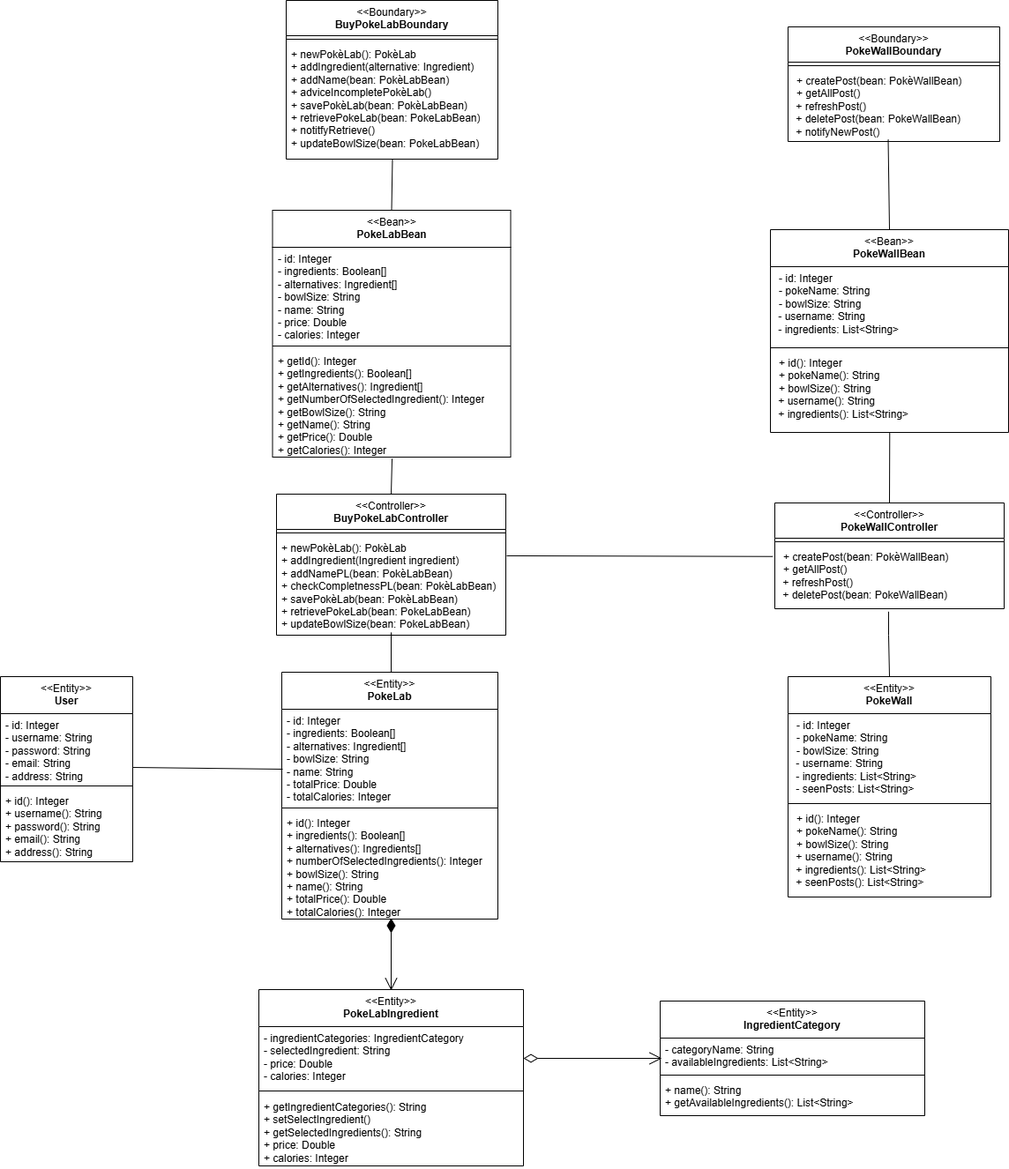
This is diagrams/BCE.drawio.png from matteopinfildi/YourPoke-ISPWProject, a draw.io export, as it was before one commit. Source tidied: cells renumbered, new cells last; positions are measured from the earlier drawing's top-left corner, leaving out a move shared by most shapes.
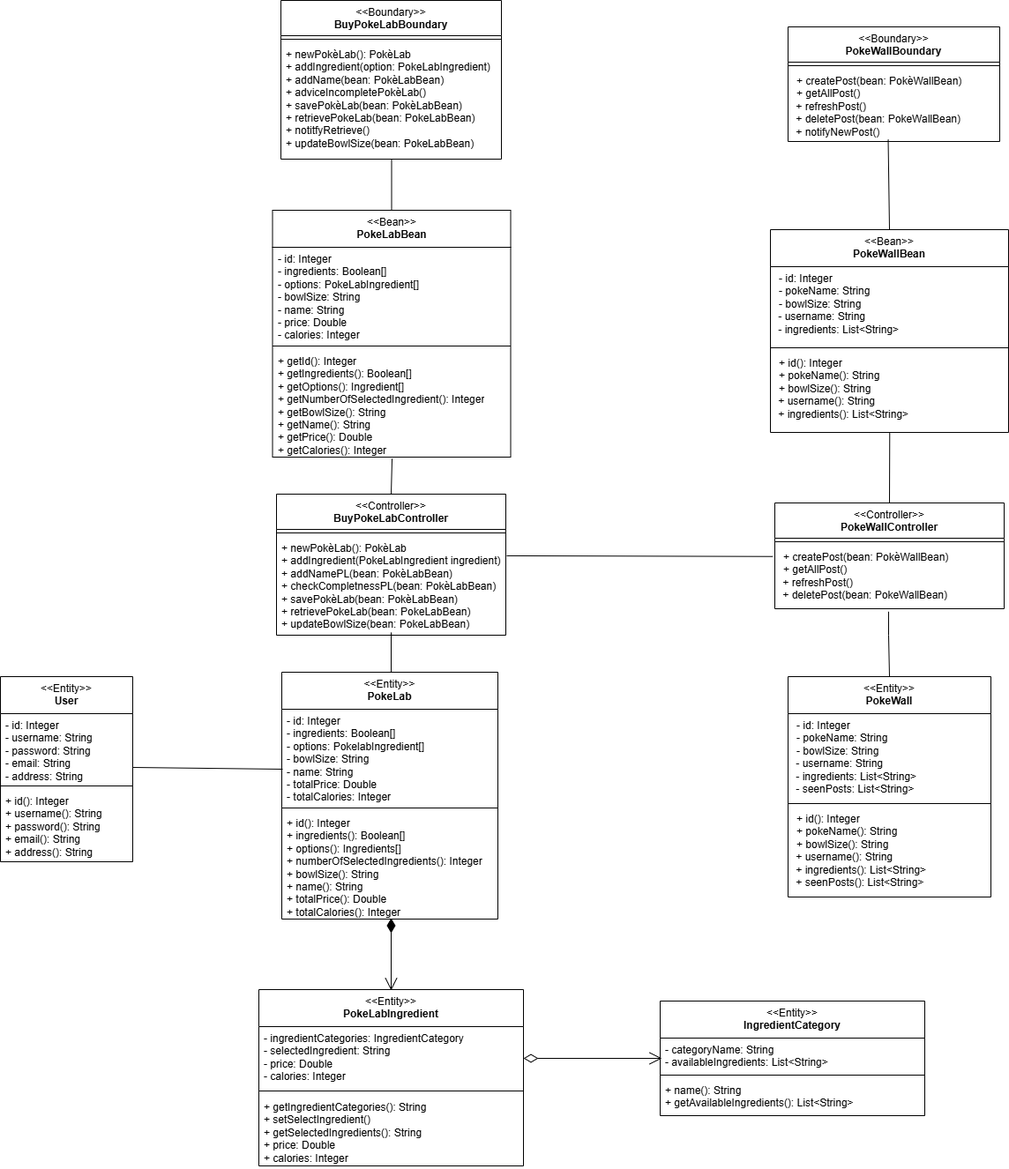
The same diagram one commit later.

The edit, as a diff of the source:
```diff
@@ -3,13 +3,13 @@
     <mxCell id="0" />
     <mxCell id="1" parent="0" />
     <mxCell id="2" value="&lt;div&gt;&lt;span style=&quot;font-weight: normal;&quot;&gt;&amp;lt;&amp;lt;Boundary&amp;gt;&amp;gt;&lt;/span&gt;&lt;/div&gt;BuyPokeLabBoundary" style="swimlane;fontStyle=1;align=center;verticalAlign=top;horizontal=1;startSize=40;whiteSpace=wrap;html=1;" parent="1" vertex="1">
-      <mxGeometry x="324" width="240" height="180" as="geometry" />
+      <mxGeometry x="318" width="250" height="180" as="geometry" />
     </mxCell>
     <mxCell id="3" style="line;strokeWidth=1;fillColor=none;align=left;verticalAlign=middle;spacingTop=-1;spacingLeft=3;spacingRight=3;labelPosition=right;strokeColor=inherit;" parent="2" vertex="1">
-      <mxGeometry y="40" width="240" height="8" as="geometry" />
+      <mxGeometry y="40" width="250" height="8" as="geometry" />
     </mxCell>
-    <mxCell id="4" value="&lt;div&gt;+ newPokèLab(): PokèLab&lt;/div&gt;&lt;div&gt;+ addIngredient(alternative: Ingredient)&lt;/div&gt;&lt;div&gt;+ addName(bean: PokèLabBean)&lt;/div&gt;&lt;div&gt;+ adviceIncompletePokèLab()&lt;/div&gt;&lt;div&gt;+ savePokèLab(bean: PokèLabBean)&lt;/div&gt;&lt;div&gt;+ retrievePokeLab(bean: PokeLabBean)&lt;/div&gt;&lt;div&gt;+ notitfyRetrieve()&lt;/div&gt;&lt;div&gt;+ updateBowlSize(bean: PokeLabBean)&lt;/div&gt;" style="text;strokeColor=none;fillColor=none;align=left;verticalAlign=top;spacingLeft=4;spacingRight=4;overflow=hidden;points=[[0,0.5],[1,0.5]];portConstraint=eastwest;whiteSpace=wrap;html=1;" parent="2" vertex="1">
-      <mxGeometry y="48" width="240" height="132" as="geometry" />
+    <mxCell id="4" value="&lt;div&gt;+ newPokèLab(): PokèLab&lt;/div&gt;&lt;div&gt;+ addIngredient(option: PokeLabIngredient)&lt;/div&gt;&lt;div&gt;+ addName(bean: PokèLabBean)&lt;/div&gt;&lt;div&gt;+ adviceIncompletePokèLab()&lt;/div&gt;&lt;div&gt;+ savePokèLab(bean: PokèLabBean)&lt;/div&gt;&lt;div&gt;+ retrievePokeLab(bean: PokeLabBean)&lt;/div&gt;&lt;div&gt;+ notitfyRetrieve()&lt;/div&gt;&lt;div&gt;+ updateBowlSize(bean: PokeLabBean)&lt;/div&gt;" style="text;strokeColor=none;fillColor=none;align=left;verticalAlign=top;spacingLeft=4;spacingRight=4;overflow=hidden;points=[[0,0.5],[1,0.5]];portConstraint=eastwest;whiteSpace=wrap;html=1;" parent="2" vertex="1">
+      <mxGeometry y="48" width="250" height="132" as="geometry" />
     </mxCell>
     <mxCell id="5" style="endArrow=none;html=1;rounded=0;exitX=0.502;exitY=1.004;exitDx=0;exitDy=0;exitPerimeter=0;entryX=0.5;entryY=0;entryDx=0;entryDy=0;" parent="1" edge="1" source="4" target="30">
       <mxGeometry relative="1" as="geometry" />
@@ -23,7 +23,7 @@
     <mxCell id="8" style="line;strokeWidth=1;fillColor=none;align=left;verticalAlign=middle;spacingTop=-1;spacingLeft=3;spacingRight=3;labelPosition=right;strokeColor=inherit;" parent="7" vertex="1">
       <mxGeometry y="40" width="260" height="8" as="geometry" />
     </mxCell>
-    <mxCell id="9" value="+ newPokèLab(): PokèLab&lt;div&gt;+ addIngredient(Ingredient ingredient)&lt;/div&gt;&lt;div&gt;+ addNamePL(bean: PokèLabBean)&lt;/div&gt;&lt;div&gt;+ checkCompletnessPL(&lt;span style=&quot;background-color: transparent; color: light-dark(rgb(0, 0, 0), rgb(255, 255, 255));&quot;&gt;bean: PokèLabBean)&lt;/span&gt;&lt;/div&gt;&lt;div&gt;+ savePokèLab(bean: PokèLabBean)&lt;/div&gt;&lt;div&gt;+ retrievePokeLab(bean: PokeLabBean)&lt;/div&gt;&lt;div&gt;+ updateBowlSize(bean: PokeLabBean)&lt;/div&gt;&lt;div&gt;&lt;br&gt;&lt;/div&gt;" style="text;strokeColor=none;fillColor=none;align=left;verticalAlign=top;spacingLeft=4;spacingRight=4;overflow=hidden;points=[[0,0.5],[1,0.5]];portConstraint=eastwest;whiteSpace=wrap;html=1;" parent="7" vertex="1">
+    <mxCell id="9" value="+ newPokèLab(): PokèLab&lt;div&gt;+ addIngredient(PokeLabIngredient ingredient)&lt;/div&gt;&lt;div&gt;+ addNamePL(bean: PokèLabBean)&lt;/div&gt;&lt;div&gt;+ checkCompletnessPL(&lt;span style=&quot;background-color: transparent; color: light-dark(rgb(0, 0, 0), rgb(255, 255, 255));&quot;&gt;bean: PokèLabBean)&lt;/span&gt;&lt;/div&gt;&lt;div&gt;+ savePokèLab(bean: PokèLabBean)&lt;/div&gt;&lt;div&gt;+ retrievePokeLab(bean: PokeLabBean)&lt;/div&gt;&lt;div&gt;+ updateBowlSize(bean: PokeLabBean)&lt;/div&gt;&lt;div&gt;&lt;br&gt;&lt;/div&gt;" style="text;strokeColor=none;fillColor=none;align=left;verticalAlign=top;spacingLeft=4;spacingRight=4;overflow=hidden;points=[[0,0.5],[1,0.5]];portConstraint=eastwest;whiteSpace=wrap;html=1;" parent="7" vertex="1">
       <mxGeometry y="48" width="260" height="112" as="geometry" />
     </mxCell>
     <mxCell id="10" value="&lt;div&gt;&lt;span style=&quot;font-weight: normal;&quot;&gt;&amp;lt;&amp;lt;Controller&amp;gt;&amp;gt;&lt;/span&gt;&lt;/div&gt;PokeWallController" style="swimlane;fontStyle=1;align=center;verticalAlign=top;horizontal=1;startSize=40;whiteSpace=wrap;html=1;" parent="1" vertex="1">
@@ -53,13 +53,13 @@
     <mxCell id="16" value="&lt;div&gt;&lt;span style=&quot;font-weight: 400;&quot;&gt;&amp;lt;&amp;lt;Entity&amp;gt;&amp;gt;&lt;/span&gt;&lt;br&gt;&lt;/div&gt;PokeLab" style="swimlane;fontStyle=1;align=center;verticalAlign=top;horizontal=1;startSize=42;whiteSpace=wrap;html=1;" parent="1" vertex="1">
       <mxGeometry x="319" y="762" width="245" height="280" as="geometry" />
     </mxCell>
-    <mxCell id="17" value="&lt;div&gt;- id: Integer&lt;/div&gt;- ingredients: Boolean[]&lt;div&gt;- alternatives: Ingredient[]&lt;/div&gt;&lt;div&gt;- bowlSize: String&lt;/div&gt;&lt;div&gt;- name: String&lt;/div&gt;&lt;div&gt;- totalPrice: Double&lt;/div&gt;&lt;div&gt;- totalCalories: Integer&lt;/div&gt;" style="text;strokeColor=none;fillColor=none;align=left;verticalAlign=top;spacingLeft=4;spacingRight=4;overflow=hidden;whiteSpace=wrap;html=1;" parent="16" vertex="1">
+    <mxCell id="17" value="&lt;div&gt;- id: Integer&lt;/div&gt;- ingredients: Boolean[]&lt;div&gt;- options: PokelabIngredient[]&lt;/div&gt;&lt;div&gt;- bowlSize: String&lt;/div&gt;&lt;div&gt;- name: String&lt;/div&gt;&lt;div&gt;- totalPrice: Double&lt;/div&gt;&lt;div&gt;- totalCalories: Integer&lt;/div&gt;" style="text;strokeColor=none;fillColor=none;align=left;verticalAlign=top;spacingLeft=4;spacingRight=4;overflow=hidden;whiteSpace=wrap;html=1;" parent="16" vertex="1">
       <mxGeometry y="42" width="245" height="108" as="geometry" />
     </mxCell>
     <mxCell id="18" style="line;strokeWidth=1;fillColor=none;align=left;verticalAlign=middle;spacingTop=-1;spacingLeft=3;spacingRight=3;labelPosition=right;strokeColor=inherit;" parent="16" vertex="1">
       <mxGeometry y="150" width="245" height="8" as="geometry" />
     </mxCell>
-    <mxCell id="19" value="&lt;div&gt;+ id(): Integer&lt;/div&gt;+ ingredients(): Boolean[]&lt;div&gt;&lt;div&gt;+ alternatives(&lt;span style=&quot;background-color: initial;&quot;&gt;): Ingredients[]&lt;/span&gt;&lt;/div&gt;&lt;div&gt;+ numberOfSelectedIngredients(): Integer&lt;/div&gt;&lt;div&gt;+ bowlSize(): String&lt;/div&gt;&lt;div&gt;&lt;span style=&quot;background-color: initial; color: light-dark(rgb(0, 0, 0), rgb(255, 255, 255));&quot;&gt;+ name(): String&lt;/span&gt;&lt;/div&gt;&lt;/div&gt;&lt;div&gt;+ totalPrice(): Double&lt;/div&gt;&lt;div&gt;+ totalCalories(): Integer&lt;/div&gt;" style="text;strokeColor=none;fillColor=none;align=left;verticalAlign=top;spacingLeft=4;spacingRight=4;overflow=hidden;whiteSpace=wrap;html=1;" parent="16" vertex="1">
+    <mxCell id="19" value="&lt;div&gt;+ id(): Integer&lt;/div&gt;+ ingredients(): Boolean[]&lt;div&gt;&lt;div&gt;+ options(&lt;span style=&quot;background-color: initial;&quot;&gt;): Ingredients[]&lt;/span&gt;&lt;/div&gt;&lt;div&gt;+ numberOfSelectedIngredients(): Integer&lt;/div&gt;&lt;div&gt;+ bowlSize(): String&lt;/div&gt;&lt;div&gt;&lt;span style=&quot;background-color: initial; color: light-dark(rgb(0, 0, 0), rgb(255, 255, 255));&quot;&gt;+ name(): String&lt;/span&gt;&lt;/div&gt;&lt;/div&gt;&lt;div&gt;+ totalPrice(): Double&lt;/div&gt;&lt;div&gt;+ totalCalories(): Integer&lt;/div&gt;" style="text;strokeColor=none;fillColor=none;align=left;verticalAlign=top;spacingLeft=4;spacingRight=4;overflow=hidden;whiteSpace=wrap;html=1;" parent="16" vertex="1">
       <mxGeometry y="158" width="245" height="122" as="geometry" />
     </mxCell>
     <mxCell id="20" style="endArrow=open;html=1;endSize=12;startArrow=diamondThin;startSize=14;startFill=1;edgeStyle=orthogonalEdgeStyle;align=left;verticalAlign=bottom;rounded=0;" parent="1" edge="1">
@@ -101,13 +101,13 @@
     <mxCell id="30" value="&lt;div&gt;&lt;span style=&quot;font-weight: 400;&quot;&gt;&amp;lt;&amp;lt;Bean&amp;gt;&amp;gt;&lt;/span&gt;&lt;br&gt;&lt;/div&gt;PokeLabBean" style="swimlane;fontStyle=1;align=center;verticalAlign=top;horizontal=1;startSize=42;whiteSpace=wrap;html=1;" parent="1" vertex="1">
       <mxGeometry x="308.5" y="238" width="270" height="280" as="geometry" />
     </mxCell>
-    <mxCell id="31" value="&lt;div&gt;- id: Integer&lt;/div&gt;- ingredients: Boolean[]&lt;div&gt;- alternatives: Ingredient[]&lt;/div&gt;&lt;div&gt;- bowlSize: String&lt;/div&gt;&lt;div&gt;- name: String&lt;/div&gt;&lt;div&gt;- price: Double&lt;/div&gt;&lt;div&gt;- calories: Integer&lt;/div&gt;" style="text;strokeColor=none;fillColor=none;align=left;verticalAlign=top;spacingLeft=4;spacingRight=4;overflow=hidden;whiteSpace=wrap;html=1;" parent="30" vertex="1">
+    <mxCell id="31" value="&lt;div&gt;- id: Integer&lt;/div&gt;- ingredients: Boolean[]&lt;div&gt;- options: PokeLabIngredient[]&lt;/div&gt;&lt;div&gt;- bowlSize: String&lt;/div&gt;&lt;div&gt;- name: String&lt;/div&gt;&lt;div&gt;- price: Double&lt;/div&gt;&lt;div&gt;- calories: Integer&lt;/div&gt;" style="text;strokeColor=none;fillColor=none;align=left;verticalAlign=top;spacingLeft=4;spacingRight=4;overflow=hidden;whiteSpace=wrap;html=1;" parent="30" vertex="1">
       <mxGeometry y="42" width="270" height="108" as="geometry" />
     </mxCell>
     <mxCell id="32" style="line;strokeWidth=1;fillColor=none;align=left;verticalAlign=middle;spacingTop=-1;spacingLeft=3;spacingRight=3;labelPosition=right;strokeColor=inherit;" parent="30" vertex="1">
       <mxGeometry y="150" width="270" height="8" as="geometry" />
     </mxCell>
-    <mxCell id="33" value="&lt;div&gt;+ getId(): Integer&lt;/div&gt;+ getIngredients(): Boolean[]&lt;div&gt;+ getAlternatives(): Ingredient[]&lt;/div&gt;&lt;div&gt;+ getNumberOfSelectedIngredient(): Integer&lt;/div&gt;&lt;div&gt;+ getBowlSize(): String&lt;/div&gt;&lt;div&gt;+ getName(): String&lt;/div&gt;&lt;div&gt;+ getPrice(): Double&lt;/div&gt;&lt;div&gt;+ getCalories(): Integer&lt;/div&gt;" style="text;strokeColor=none;fillColor=none;align=left;verticalAlign=top;spacingLeft=4;spacingRight=4;overflow=hidden;points=[[0,0.5],[1,0.5]];portConstraint=eastwest;whiteSpace=wrap;html=1;" parent="30" vertex="1">
+    <mxCell id="33" value="&lt;div&gt;+ getId(): Integer&lt;/div&gt;+ getIngredients(): Boolean[]&lt;div&gt;+ getOptions(): Ingredient[]&lt;/div&gt;&lt;div&gt;+ getNumberOfSelectedIngredient(): Integer&lt;/div&gt;&lt;div&gt;+ getBowlSize(): String&lt;/div&gt;&lt;div&gt;+ getName(): String&lt;/div&gt;&lt;div&gt;+ getPrice(): Double&lt;/div&gt;&lt;div&gt;+ getCalories(): Integer&lt;/div&gt;" style="text;strokeColor=none;fillColor=none;align=left;verticalAlign=top;spacingLeft=4;spacingRight=4;overflow=hidden;points=[[0,0.5],[1,0.5]];portConstraint=eastwest;whiteSpace=wrap;html=1;" parent="30" vertex="1">
       <mxGeometry y="158" width="270" height="122" as="geometry" />
     </mxCell>
     <mxCell id="34" value="&lt;div&gt;&lt;span style=&quot;font-weight: 400;&quot;&gt;&amp;lt;&amp;lt;Entity&amp;gt;&amp;gt;&lt;/span&gt;&lt;br&gt;&lt;/div&gt;PokeLabIngredient" style="swimlane;fontStyle=1;align=center;verticalAlign=top;horizontal=1;startSize=42;whiteSpace=wrap;html=1;" parent="1" vertex="1">
```
